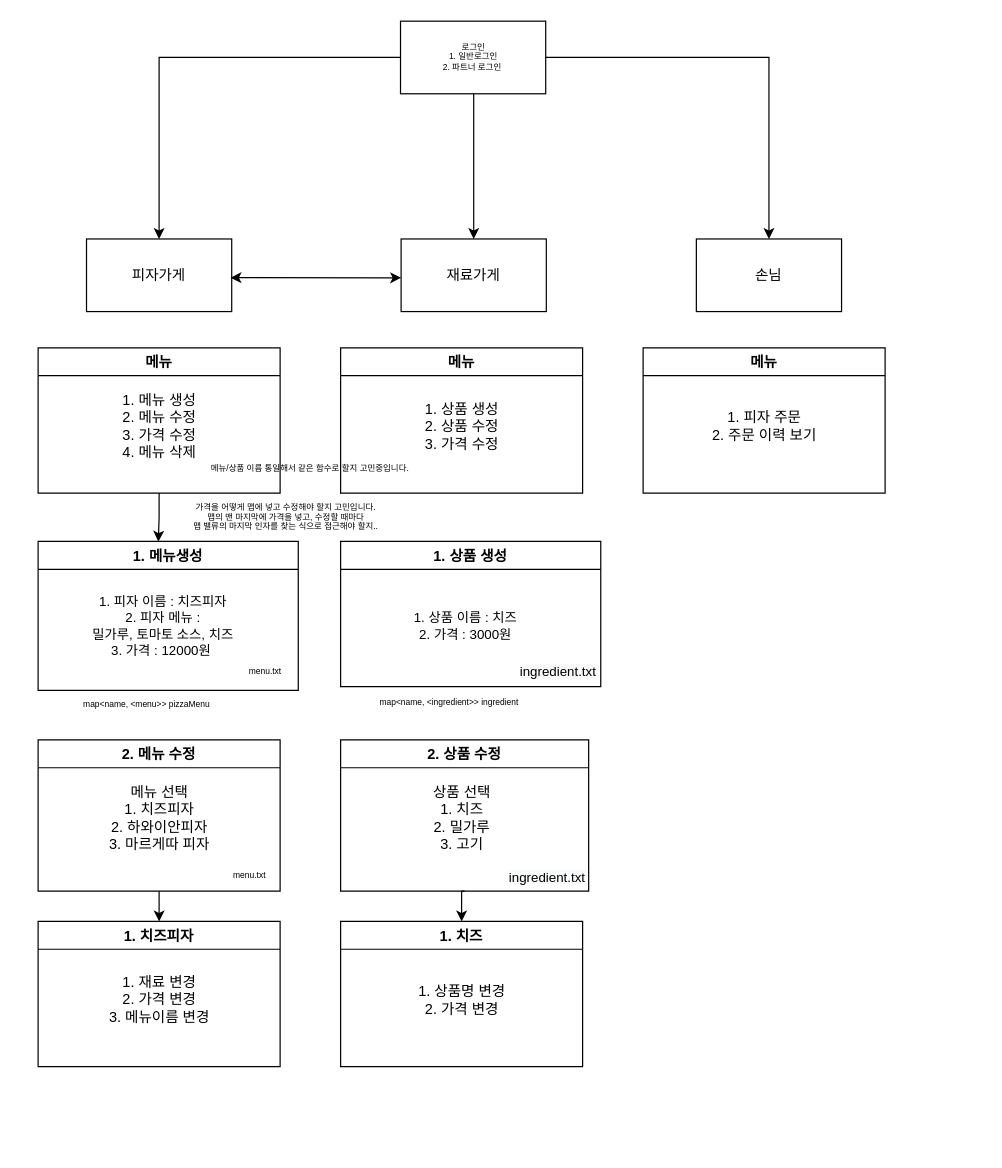
Earlier version of the draw.io diagram Untitled Diagram.drawio (TaeYunAhn/EmailService). Source tidied: cells renumbered, new cells numbered last; positions are measured from the earlier drawing's top-left corner, leaving out a move shared by most shapes. Both pictures are drawn from the tidied source at 121%, with x=0, y=0 at pixel (38, 21).
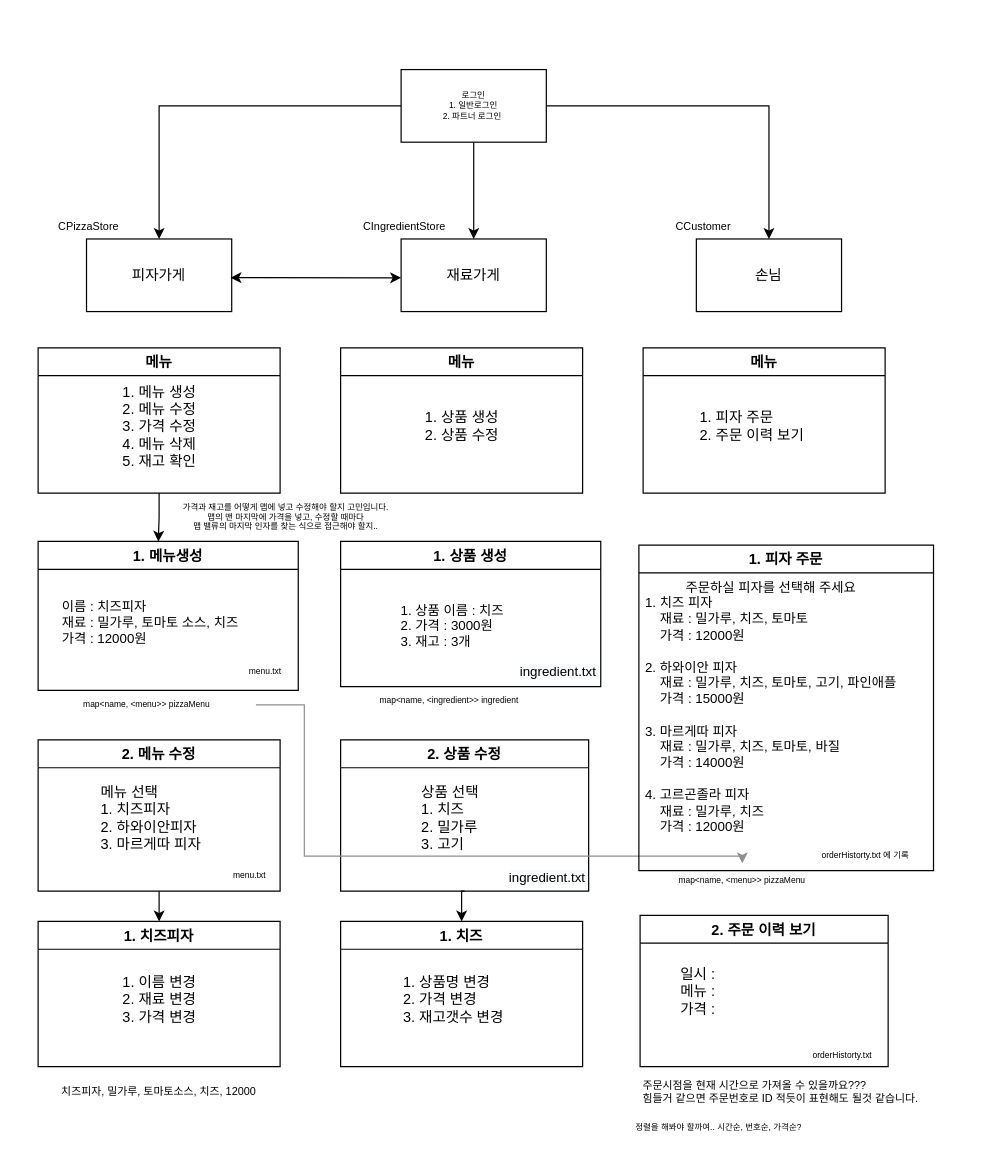
The same diagram, later.

The change refers to these unchanged cells:
```xml
<mxCell id="7" value="메뉴" style="swimlane;" parent="1" vertex="1">
  <mxGeometry y="270" width="200" height="120" as="geometry" />
</mxCell>
<mxCell id="9" value="메뉴" style="swimlane;" parent="1" vertex="1">
  <mxGeometry x="250" y="270" width="200" height="120" as="geometry" />
</mxCell>
<mxCell id="11" value="메뉴" style="swimlane;" parent="1" vertex="1">
  <mxGeometry x="500" y="270" width="200" height="120" as="geometry" />
</mxCell>
<mxCell id="13" value="1. 메뉴생성" style="swimlane;" parent="1" vertex="1">
  <mxGeometry y="430" width="215" height="123" as="geometry" />
</mxCell>
<mxCell id="18" value="2. 메뉴 수정" style="swimlane;" parent="1" vertex="1">
  <mxGeometry y="594" width="200" height="125" as="geometry" />
</mxCell>
<mxCell id="21" value="1. 치즈피자" style="swimlane;" parent="1" vertex="1">
  <mxGeometry y="744" width="200" height="120" as="geometry" />
</mxCell>
<mxCell id="23" value="1. 상품 생성" style="swimlane;" parent="1" vertex="1">
  <mxGeometry x="250" y="430" width="215" height="120" as="geometry" />
</mxCell>
<mxCell id="27" value="2. 상품 수정" style="swimlane;" parent="1" vertex="1">
  <mxGeometry x="250" y="594" width="205" height="125" as="geometry" />
</mxCell>
<mxCell id="30" value="1. 치즈" style="swimlane;" parent="1" vertex="1">
  <mxGeometry x="250" y="744" width="200" height="120" as="geometry" />
</mxCell>
<mxCell id="37" value="map&amp;lt;name, &amp;lt;menu&amp;gt;&amp;gt; pizzaMenu" style="text;html=1;strokeColor=none;fillColor=none;align=center;verticalAlign=middle;whiteSpace=wrap;rounded=0;fontSize=7;" parent="1" vertex="1">
  <mxGeometry y="550" width="180" height="30" as="geometry" />
</mxCell>
```

What changed in the source:
```diff
@@
-    <mxCell id="2" value="가격을 어떻게 맵에 넣고 수정해야 할지 고민입니다.&#10;맵의 맨 마지막에 가격을 넣고, 수정할 때마다 &#10;맵 밸류의 마지막 인자를 찾는 식으로 접근해야 할지.." style="text;strokeColor=none;fillColor=none;align=center;verticalAlign=middle;spacingLeft=4;spacingRight=4;overflow=hidden;fontSize=7;" parent="1" vertex="1">
+    <mxCell id="2" value="가격과 재고를 어떻게 맵에 넣고 수정해야 할지 고민입니다.&#10;맵의 맨 마지막에 가격을 넣고, 수정할 때마다 &#10;맵 밸류의 마지막 인자를 찾는 식으로 접근해야 할지.." style="text;strokeColor=none;fillColor=none;align=center;verticalAlign=middle;spacingLeft=4;spacingRight=4;overflow=hidden;fontSize=7;" parent="1" vertex="1">
       <mxGeometry x="40" y="390" width="330" height="40" as="geometry" />
     </mxCell>
@@
-    <mxCell id="8" value="1. 메뉴 생성&lt;br&gt;2. 메뉴 수정&lt;br&gt;3. 가격 수정&lt;br&gt;4. 메뉴 삭제" style="text;html=1;align=center;verticalAlign=middle;strokeColor=none;fillColor=none;" parent="7" vertex="1">
-      <mxGeometry x="60" y="35" width="80" height="60" as="geometry" />
+    <mxCell id="8" value="1. 메뉴 생성&lt;br&gt;2. 메뉴 수정&lt;br&gt;3. 가격 수정&lt;br&gt;4. 메뉴 삭제&lt;br&gt;5. 재고 확인" style="text;html=1;align=center;verticalAlign=middle;strokeColor=none;fillColor=none;" parent="7" vertex="1">
+      <mxGeometry x="60" y="25" width="80" height="80" as="geometry" />
     </mxCell>
@@
-    <mxCell id="10" value="1. 상품 생성&lt;br&gt;2. 상품 수정&lt;br&gt;3. 가격 수정" style="text;html=1;align=center;verticalAlign=middle;strokeColor=none;fillColor=none;" parent="9" vertex="1">
-      <mxGeometry x="60" y="40" width="80" height="50" as="geometry" />
+    <mxCell id="10" value="1. 상품 생성&lt;br&gt;2. 상품 수정" style="text;html=1;align=center;verticalAlign=middle;strokeColor=none;fillColor=none;" parent="9" vertex="1">
+      <mxGeometry x="60" y="50" width="80" height="30" as="geometry" />
     </mxCell>
@@
-    <mxCell id="12" value="1. 피자 주문&lt;br&gt;2. 주문 이력 보기" style="text;html=1;align=center;verticalAlign=middle;strokeColor=none;fillColor=none;" parent="11" vertex="1">
+    <mxCell id="12" value="1. 피자 주문&lt;br&gt;2. 주문 이력 보기" style="text;html=1;align=left;verticalAlign=middle;strokeColor=none;fillColor=none;" parent="11" vertex="1">
       <mxGeometry x="45" y="50" width="110" height="30" as="geometry" />
     </mxCell>
@@
-    <mxCell id="14" value="1. 피자 이름 : 치즈피자&lt;br style=&quot;font-size: 11px;&quot;&gt;&lt;div style=&quot;font-size: 11px;&quot;&gt;&lt;span style=&quot;font-size: 11px;&quot;&gt;2. 피자 메뉴 :&lt;/span&gt;&lt;/div&gt;밀가루, 토마토 소스, 치즈&lt;br style=&quot;font-size: 11px;&quot;&gt;3. 가격 : 12000원&amp;nbsp;" style="text;html=1;align=center;verticalAlign=middle;strokeColor=none;fillColor=none;fontSize=11;" parent="13" vertex="1">
-      <mxGeometry x="32.5" y="40" width="140" height="60" as="geometry" />
+    <mxCell id="14" value="이름 : 치즈피자&lt;br&gt;&lt;span&gt;재료 :&amp;nbsp;&lt;/span&gt;밀가루, 토마토 소스, 치즈&lt;br style=&quot;font-size: 11px&quot;&gt;가격 : 12000원&amp;nbsp;" style="text;html=1;align=left;verticalAlign=middle;strokeColor=none;fillColor=none;fontSize=11;" parent="13" vertex="1">
+      <mxGeometry x="17.5" y="47" width="170" height="40" as="geometry" />
     </mxCell>
@@
-    <mxCell id="16" value="메뉴/상품 이름 통일해서 같은 함수로 할지 고민중입니다." style="text;strokeColor=none;fillColor=none;align=center;verticalAlign=middle;spacingLeft=4;spacingRight=4;overflow=hidden;fontSize=7;" parent="1" vertex="1">
-      <mxGeometry x="130" y="350" width="190" height="40" as="geometry" />
-    </mxCell>
@@
-    <mxCell id="19" value="메뉴 선택&lt;br&gt;1. 치즈피자&lt;br&gt;2. 하와이안피자&lt;br&gt;3. 마르게따 피자" style="text;html=1;align=center;verticalAlign=middle;strokeColor=none;fillColor=none;" parent="18" vertex="1">
+    <mxCell id="19" value="메뉴 선택&lt;br&gt;1. 치즈피자&lt;br&gt;2. 하와이안피자&lt;br&gt;3. 마르게따 피자" style="text;html=1;align=left;verticalAlign=middle;strokeColor=none;fillColor=none;" parent="18" vertex="1">
       <mxGeometry x="50" y="35" width="100" height="60" as="geometry" />
     </mxCell>
@@
-    <mxCell id="22" value="1. 재료 변경&lt;br&gt;2. 가격 변경&lt;br&gt;3. 메뉴이름 변경" style="text;html=1;align=center;verticalAlign=middle;strokeColor=none;fillColor=none;" parent="21" vertex="1">
-      <mxGeometry x="50" y="40" width="100" height="50" as="geometry" />
+    <mxCell id="22" value="1. 이름 변경&lt;br&gt;2. 재료 변경&lt;br&gt;3.&amp;nbsp;가격 변경" style="text;html=1;align=center;verticalAlign=middle;strokeColor=none;fillColor=none;" parent="21" vertex="1">
+      <mxGeometry x="60" y="40" width="80" height="50" as="geometry" />
     </mxCell>
@@
-    <mxCell id="24" value="1. 상품 이름 : 치즈&lt;br style=&quot;font-size: 11px&quot;&gt;2. 가격 : 3000원" style="text;html=1;align=center;verticalAlign=middle;strokeColor=none;fillColor=none;fontSize=11;" parent="23" vertex="1">
-      <mxGeometry x="47.5" y="55" width="110" height="30" as="geometry" />
+    <mxCell id="24" value="1. 상품 이름 : 치즈&lt;br style=&quot;font-size: 11px&quot;&gt;2. 가격 : 3000원&lt;br&gt;3. 재고 : 3개" style="text;html=1;align=left;verticalAlign=middle;strokeColor=none;fillColor=none;fontSize=11;" parent="23" vertex="1">
+      <mxGeometry x="47.5" y="50" width="110" height="40" as="geometry" />
     </mxCell>
@@
-    <mxCell id="28" value="상품 선택&lt;br&gt;1. 치즈&lt;br&gt;2. 밀가루&lt;br&gt;3. 고기" style="text;html=1;align=center;verticalAlign=middle;strokeColor=none;fillColor=none;" parent="27" vertex="1">
+    <mxCell id="28" value="상품 선택&lt;br&gt;1. 치즈&lt;br&gt;2. 밀가루&lt;br&gt;3. 고기" style="text;html=1;align=left;verticalAlign=middle;strokeColor=none;fillColor=none;" parent="27" vertex="1">
       <mxGeometry x="65" y="35" width="70" height="60" as="geometry" />
     </mxCell>
@@
-    <mxCell id="31" value="1. 상품명 변경&lt;br&gt;2. 가격 변경" style="text;html=1;align=center;verticalAlign=middle;strokeColor=none;fillColor=none;" parent="30" vertex="1">
-      <mxGeometry x="55" y="50" width="90" height="30" as="geometry" />
+    <mxCell id="31" value="1. 상품명 변경&lt;br&gt;2. 가격 변경&lt;br&gt;&lt;div&gt;&lt;span&gt;3. 재고갯수 변경&lt;/span&gt;&lt;/div&gt;" style="text;html=1;align=left;verticalAlign=middle;strokeColor=none;fillColor=none;" parent="30" vertex="1">
+      <mxGeometry x="50" y="40" width="100" height="50" as="geometry" />
     </mxCell>
@@
     <mxCell id="35" value="로그인&lt;br&gt;1. 일반로그인&lt;br&gt;2. 파트너 로그인&amp;nbsp;" style="rounded=0;whiteSpace=wrap;html=1;fontSize=7;" parent="1" vertex="1">
-      <mxGeometry x="299.5" width="120" height="60" as="geometry" />
+      <mxGeometry x="300" y="40" width="120" height="60" as="geometry" />
     </mxCell>
@@
+    <mxCell id="39" style="edgeStyle=orthogonalEdgeStyle;rounded=0;jettySize=auto;html=1;fontSize=9;fontColor=#B0B0B0;fillColor=#f5f5f5;strokeColor=#8F8F8F;labelBackgroundColor=#B8B8B8;" parent="1" edge="1" source="37" target="51">
+      <mxGeometry relative="1" as="geometry">
+        <Array as="points">
+          <mxPoint x="220" y="565" />
+          <mxPoint x="220" y="690" />
+          <mxPoint x="582" y="690" />
+        </Array>
+      </mxGeometry>
+    </mxCell>
@@
+    <mxCell id="40" value="1. 피자 주문" style="swimlane;" parent="1" vertex="1">
+      <mxGeometry x="496.5" y="433" width="243.5" height="269" as="geometry" />
+    </mxCell>
+    <mxCell id="41" value="&lt;div style=&quot;text-align: center&quot;&gt;&lt;span&gt;주문하실 피자를 선택해 주세요&lt;/span&gt;&lt;/div&gt;1. 치즈 피자&lt;br&gt;&amp;nbsp; &amp;nbsp; 재료 : 밀가루, 치즈, 토마토&lt;br&gt;&amp;nbsp; &amp;nbsp; 가격 : 12000원&lt;br&gt;&lt;br&gt;2. 하와이안 피자&lt;br&gt;&amp;nbsp; &amp;nbsp; 재료 : 밀가루, 치즈, 토마토, 고기, 파인애플&lt;br&gt;&amp;nbsp; &amp;nbsp; 가격 : 15000원&lt;br&gt;&lt;br&gt;3. 마르게따 피자&lt;br&gt;&amp;nbsp; &amp;nbsp; 재료 : 밀가루, 치즈, 토마토, 바질&lt;br&gt;&amp;nbsp; &amp;nbsp; 가격 : 14000원&lt;br&gt;&lt;br&gt;4. 고르곤졸라 피자&lt;br&gt;&amp;nbsp; &amp;nbsp; 재료 : 밀가루, 치즈&lt;br&gt;&amp;nbsp; &amp;nbsp; 가격 : 12000원" style="text;html=1;align=left;verticalAlign=middle;strokeColor=none;fillColor=none;fontSize=11;" parent="40" vertex="1">
+      <mxGeometry x="3.5" y="29" width="240" height="210" as="geometry" />
+    </mxCell>
+    <mxCell id="42" value="orderHistorty.txt 에 기록" style="text;html=1;strokeColor=none;fillColor=none;align=center;verticalAlign=middle;whiteSpace=wrap;rounded=0;fontSize=7;" parent="40" vertex="1">
+      <mxGeometry x="129" y="242" width="115.5" height="30" as="geometry" />
+    </mxCell>
+    <mxCell id="43" value="2. 주문 이력 보기" style="swimlane;" parent="1" vertex="1">
+      <mxGeometry x="497.5" y="739" width="205" height="125" as="geometry" />
+    </mxCell>
+    <mxCell id="44" value="일시 :&lt;br&gt;메뉴 :&lt;br&gt;가격 :&lt;br&gt;" style="text;html=1;align=center;verticalAlign=middle;strokeColor=none;fillColor=none;" parent="43" vertex="1">
+      <mxGeometry x="22.5" y="37.5" width="50" height="50" as="geometry" />
+    </mxCell>
+    <mxCell id="45" value="&lt;font style=&quot;font-size: 9px&quot;&gt;주문시점을 현재 시간으로 가져올 수 있을까요???&lt;br&gt;힘들거 같으면 주문번호로 ID 적듯이 표현해도 될것 같습니다.&lt;br&gt;&lt;/font&gt;" style="text;html=1;strokeColor=none;fillColor=none;align=left;verticalAlign=middle;whiteSpace=wrap;rounded=0;fontSize=5;" parent="1" vertex="1">
+      <mxGeometry x="497.5" y="870" width="282.5" height="30" as="geometry" />
+    </mxCell>
+    <mxCell id="46" value="CPizzaStore" style="text;html=1;strokeColor=none;fillColor=none;align=center;verticalAlign=middle;whiteSpace=wrap;rounded=0;fontSize=9;" parent="1" vertex="1">
+      <mxGeometry x="12" y="155" width="60" height="30" as="geometry" />
+    </mxCell>
+    <mxCell id="47" value="orderHistorty.txt" style="text;html=1;strokeColor=none;fillColor=none;align=center;verticalAlign=middle;whiteSpace=wrap;rounded=0;fontSize=7;" parent="1" vertex="1">
+      <mxGeometry x="634.5" y="840" width="60" height="30" as="geometry" />
+    </mxCell>
+    <mxCell id="48" value="CIngredientStore" style="text;html=1;strokeColor=none;fillColor=none;align=center;verticalAlign=middle;whiteSpace=wrap;rounded=0;fontSize=9;" parent="1" vertex="1">
+      <mxGeometry x="273" y="155" width="60" height="30" as="geometry" />
+    </mxCell>
+    <mxCell id="49" value="CCustomer" style="text;html=1;strokeColor=none;fillColor=none;align=center;verticalAlign=middle;whiteSpace=wrap;rounded=0;fontSize=9;" parent="1" vertex="1">
+      <mxGeometry x="520" y="155" width="60" height="30" as="geometry" />
+    </mxCell>
+    <mxCell id="50" value="&lt;font style=&quot;font-size: 7px&quot;&gt;정렬을 해봐야 할까여.. 시간순, 번호순, 가격순?&lt;/font&gt;" style="text;html=1;strokeColor=none;fillColor=none;align=left;verticalAlign=middle;whiteSpace=wrap;rounded=0;fontSize=5;" parent="1" vertex="1">
+      <mxGeometry x="491.5" y="900" width="230" height="30" as="geometry" />
+    </mxCell>
     <mxCell id="38" value="map&amp;lt;name, &amp;lt;ingredient&amp;gt;&amp;gt; ingredient" style="text;html=1;strokeColor=none;fillColor=none;align=center;verticalAlign=middle;whiteSpace=wrap;rounded=0;fontSize=7;" parent="1" vertex="1">
-      <mxGeometry x="250" y="549" width="180" height="30" as="geometry" />
+      <mxGeometry x="250" y="547" width="180" height="30" as="geometry" />
     </mxCell>
+    <mxCell id="51" value="map&amp;lt;name, &amp;lt;menu&amp;gt;&amp;gt; pizzaMenu" style="text;html=1;strokeColor=none;fillColor=none;align=center;verticalAlign=middle;whiteSpace=wrap;rounded=0;fontSize=7;" parent="1" vertex="1">
+      <mxGeometry x="491.5" y="696" width="180" height="30" as="geometry" />
+    </mxCell>
+    <mxCell id="52" value="&lt;font style=&quot;font-size: 9px&quot;&gt;치즈피자, 밀가루, 토마토소스, 치즈, 12000&lt;/font&gt;" style="text;html=1;strokeColor=none;fillColor=none;align=center;verticalAlign=middle;whiteSpace=wrap;rounded=0;fontSize=7;fontColor=#000000;" parent="1" vertex="1">
+      <mxGeometry x="-14" y="870" width="228" height="30" as="geometry" />
+    </mxCell>
```
